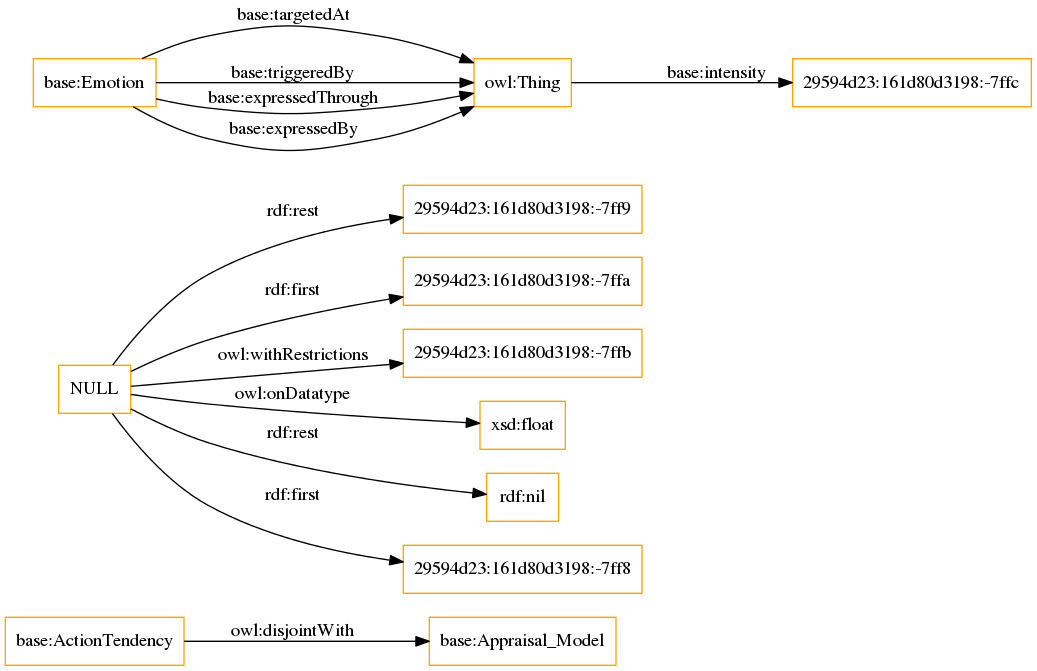
This is OnToology/HEO.owl/diagrams/ar2dtool-class/HEO.owl.png from rana-othman/Huam-Affective-States-and-their-influences-Ontology-HASIO, a Graphviz export, as it was before one commit. Its source is kept beside it as OnToology/HEO.owl/diagrams/ar2dtool-class/HEO.owl.png.dot.
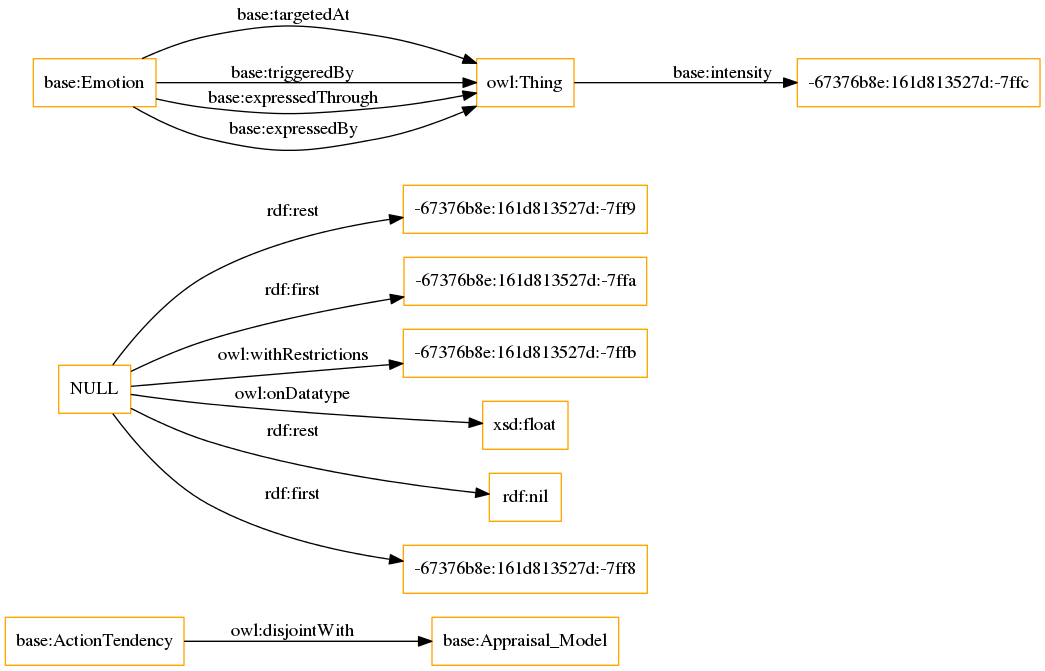
The same diagram one commit later.

Diff of the diagram source:
```diff
@@ -3,14 +3,14 @@
 size="1501"
 node [shape = rectangle, color="orange"]; "base:ActionTendency" "base:Appraisal_Model" ; /*classes style*/
 	"base:ActionTendency" -> "base:Appraisal_Model" [ label = "owl:disjointWith" ];
-	"NULL" -> "29594d23:161d80d3198:-7ff9" [ label = "rdf:rest" ];
-	"NULL" -> "29594d23:161d80d3198:-7ffa" [ label = "rdf:first" ];
-	"NULL" -> "29594d23:161d80d3198:-7ffb" [ label = "owl:withRestrictions" ];
+	"NULL" -> "-67376b8e:161d813527d:-7ff9" [ label = "rdf:rest" ];
+	"NULL" -> "-67376b8e:161d813527d:-7ffa" [ label = "rdf:first" ];
+	"NULL" -> "-67376b8e:161d813527d:-7ffb" [ label = "owl:withRestrictions" ];
 	"NULL" -> "xsd:float" [ label = "owl:onDatatype" ];
 	"NULL" -> "rdf:nil" [ label = "rdf:rest" ];
-	"NULL" -> "29594d23:161d80d3198:-7ff8" [ label = "rdf:first" ];
+	"NULL" -> "-67376b8e:161d813527d:-7ff8" [ label = "rdf:first" ];
 	"base:Emotion" -> "owl:Thing" [ label = "base:targetedAt" ];
-	"owl:Thing" -> "29594d23:161d80d3198:-7ffc" [ label = "base:intensity" ];
+	"owl:Thing" -> "-67376b8e:161d813527d:-7ffc" [ label = "base:intensity" ];
 	"base:Emotion" -> "owl:Thing" [ label = "base:triggeredBy" ];
 	"base:Emotion" -> "owl:Thing" [ label = "base:expressedThrough" ];
 	"base:Emotion" -> "owl:Thing" [ label = "base:expressedBy" ];
```
